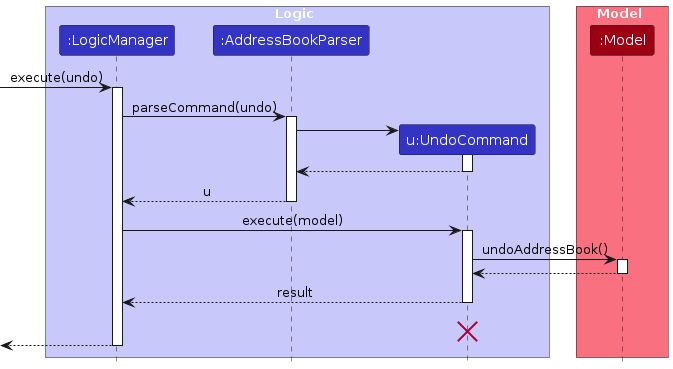
Above: diagrams/UndoSequenceDiagram-Logic.png in AY2627S1-CS2103T-W11-4/tp (PlantUML), before the change. Its source is kept beside it as diagrams/UndoSequenceDiagram-Logic.puml.
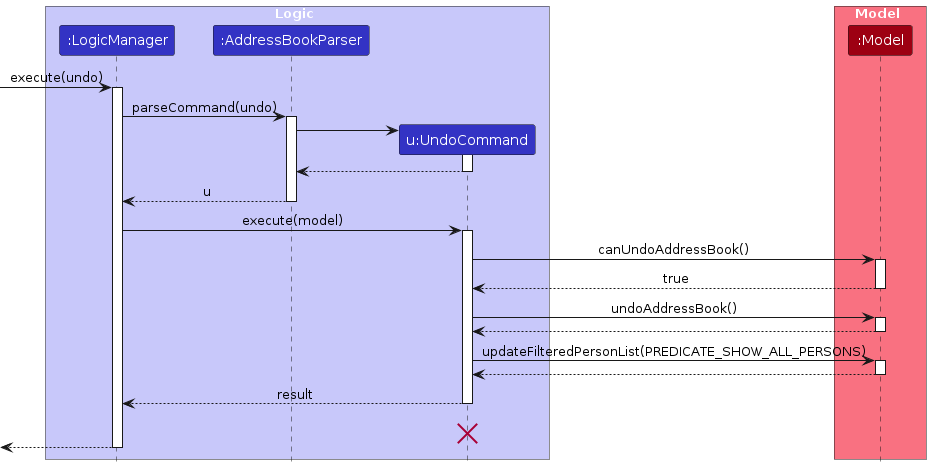
The same file after the commit.

The edit, as a diff of the source:
```diff
@@ -30,7 +30,19 @@
 LogicManager -> UndoCommand : execute(model)
 activate UndoCommand
 
+UndoCommand -> Model : canUndoAddressBook()
+activate Model
+
+Model --> UndoCommand : true
+deactivate Model
+
 UndoCommand -> Model : undoAddressBook()
+activate Model
+
+Model --> UndoCommand
+deactivate Model
+
+UndoCommand -> Model : updateFilteredPersonList(PREDICATE_SHOW_ALL_PERSONS)
 activate Model
 
 Model --> UndoCommand
```
